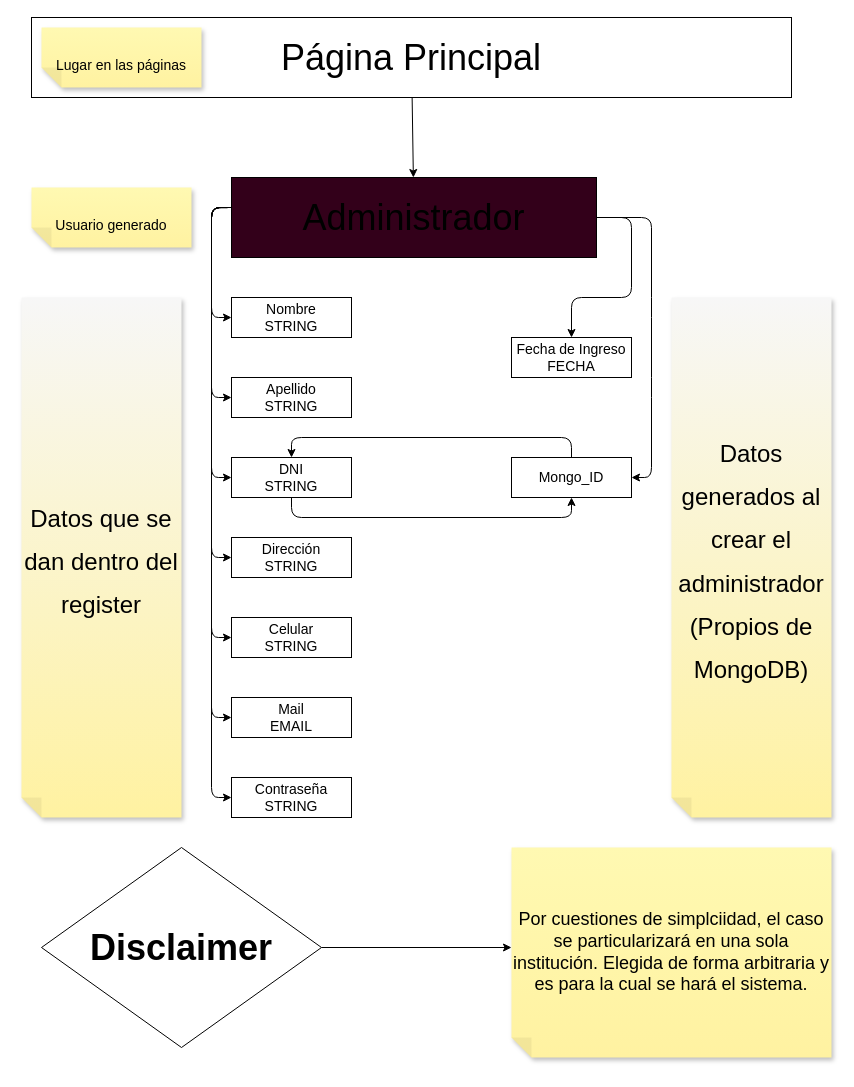
Above: page "Página Principal" (1 of 4) of Prototipado-Paginas-Datos.dio in FranprzDev/EduSys (draw.io), before the change. Source tidied: cells renumbered, new cells numbered last; positions are measured from the earlier drawing's top-left corner, leaving out a move shared by most shapes. Both pictures are drawn from the tidied source at 100%, with x=0, y=0 at pixel (21, 17).
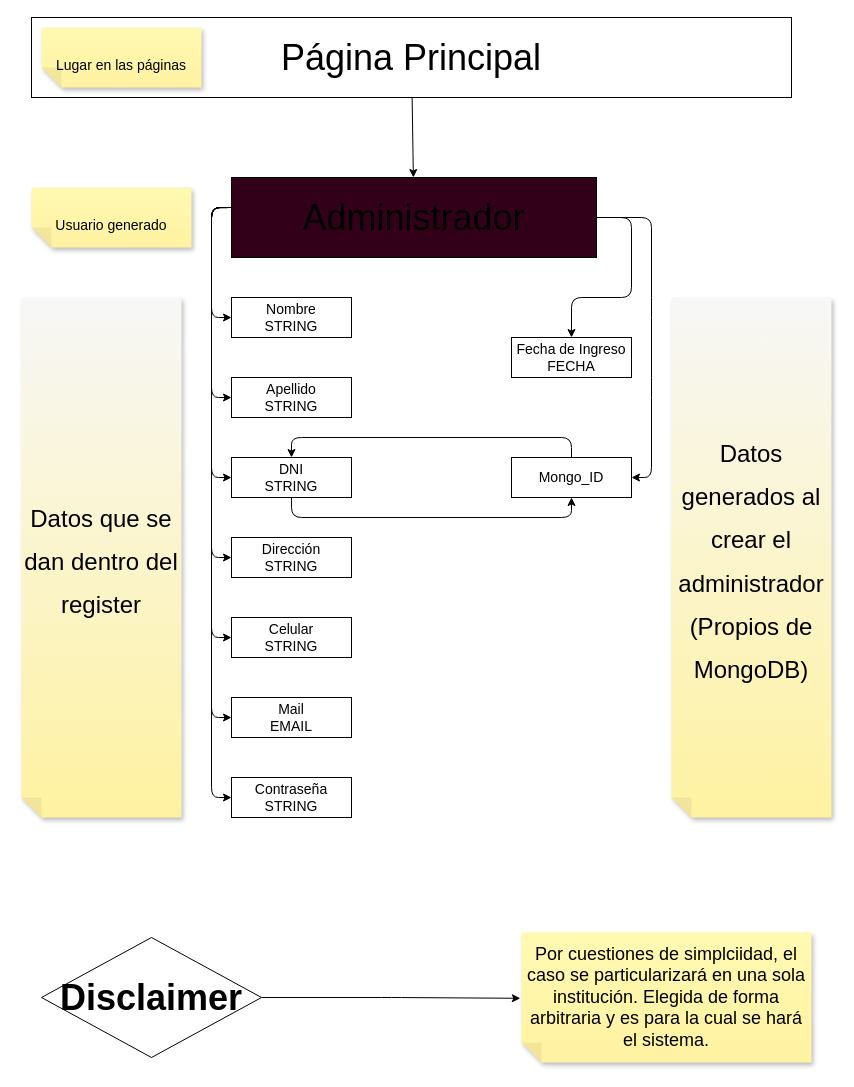
The same page after the edit.

The edit, as a diff of the source:
```diff
@@
-    <mxCell id="28" style="edgeStyle=none;html=1;fontSize=36;" parent="1" edge="1" source="29">
+    <mxCell id="28" style="edgeStyle=none;html=1;fontSize=36;entryX=1.004;entryY=0.494;entryDx=0;entryDy=0;entryPerimeter=0;exitX=1;exitY=0.5;exitDx=0;exitDy=0;" parent="1" edge="1" source="29" target="30">
       <mxGeometry relative="1" as="geometry">
-        <mxPoint x="490" y="930" as="targetPoint" />
+        <Array as="points">
+          <mxPoint x="370" y="980" />
+        </Array>
       </mxGeometry>
     </mxCell>
     <mxCell id="29" value="&lt;font style=&quot;font-size: 36px;&quot;&gt;&lt;b&gt;Disclaimer&lt;/b&gt;&lt;/font&gt;" style="rhombus;whiteSpace=wrap;html=1;" parent="1" vertex="1">
-      <mxGeometry x="20" y="830" width="280" height="200" as="geometry" />
+      <mxGeometry x="20" y="920" width="220" height="120" as="geometry" />
     </mxCell>
     <mxCell id="30" value="Por cuestiones de simplciidad, el caso se particularizará en una sola institución. Elegida de forma arbitraria y es para la cual se hará el sistema." style="shape=note;whiteSpace=wrap;html=1;backgroundOutline=1;fontColor=#000000;darkOpacity=0.05;fillColor=#FFF9B2;strokeColor=none;fillStyle=solid;direction=west;gradientDirection=north;gradientColor=#FFF2A1;shadow=1;size=20;fontSize=18;" parent="1" vertex="1">
-      <mxGeometry x="490" y="830" width="320" height="210" as="geometry" />
+      <mxGeometry x="500" y="915" width="290" height="130" as="geometry" />
     </mxCell>
```
